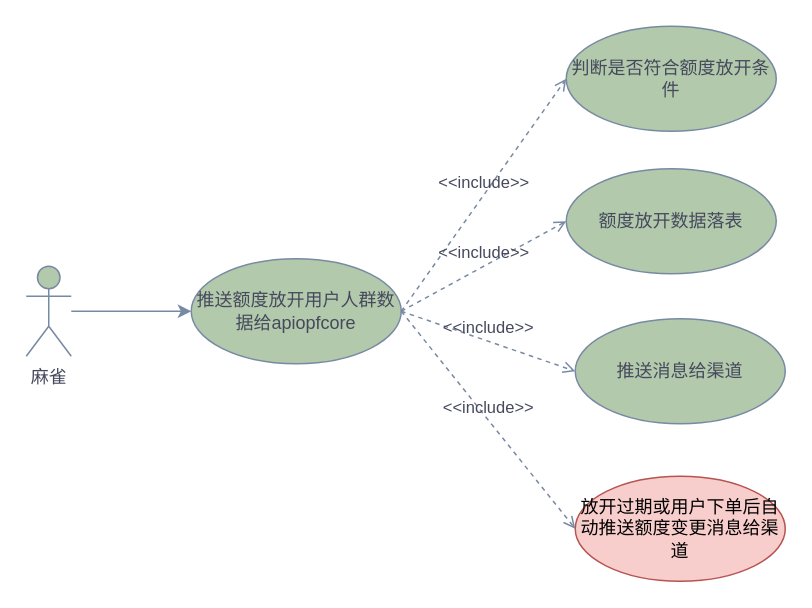
Above: api额度放开-业务用例图.drawio in yuanlj-tea/picgo (draw.io), before the change. Source tidied: cells renumbered, new cells numbered last; positions are measured from the earlier drawing's top-left corner, leaving out a move shared by most shapes. Both pictures are drawn from the tidied source at 150%, with x=0, y=0 at pixel (26, 26).
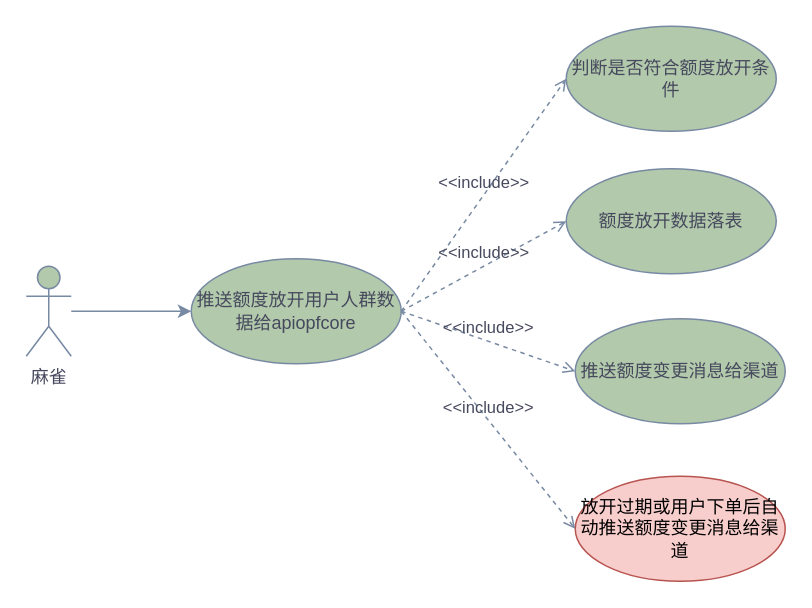
After the change.

Commit message (it also covers changes not shown here):
更新api额度放开-业务用例图.drawio

The edit, as a diff of the source:
```diff
@@
 <mxGraphModel>
   <root>
     <mxCell id="0" />
     <mxCell id="1" parent="0" />
     <mxCell id="2" style="edgeStyle=orthogonalEdgeStyle;rounded=0;jettySize=auto;html=1;entryX=0;entryY=0.5;entryDx=0;entryDy=0;strokeColor=#788AA3;fontColor=#46495D;fillColor=#B2C9AB;" parent="1" edge="1" source="3" target="4">
       <mxGeometry relative="1" as="geometry" />
     </mxCell>
     <mxCell id="3" value="麻雀" style="shape=umlActor;verticalLabelPosition=bottom;verticalAlign=top;html=1;strokeColor=#788AA3;fontColor=#46495D;fillColor=#B2C9AB;" parent="1" vertex="1">
       <mxGeometry y="160" width="30" height="60" as="geometry" />
     </mxCell>
     <mxCell id="4" value="推送额度放开用户人群数据给apiopfcore" style="ellipse;whiteSpace=wrap;html=1;strokeColor=#788AA3;fontColor=#46495D;fillColor=#B2C9AB;" parent="1" vertex="1">
       <mxGeometry x="110" y="155" width="140" height="70" as="geometry" />
     </mxCell>
     <mxCell id="5" value="判断是否符合额度放开条件" style="ellipse;whiteSpace=wrap;html=1;strokeColor=#788AA3;fontColor=#46495D;fillColor=#B2C9AB;" parent="1" vertex="1">
       <mxGeometry x="360" width="140" height="70" as="geometry" />
     </mxCell>
     <mxCell id="6" value="额度放开数据落表" style="ellipse;whiteSpace=wrap;html=1;strokeColor=#788AA3;fontColor=#46495D;fillColor=#B2C9AB;" parent="1" vertex="1">
       <mxGeometry x="360" y="95" width="140" height="70" as="geometry" />
     </mxCell>
-    <mxCell id="7" value="推送消息给渠道" style="ellipse;whiteSpace=wrap;html=1;strokeColor=#788AA3;fontColor=#46495D;fillColor=#B2C9AB;" parent="1" vertex="1">
+    <mxCell id="7" value="推送额度变更消息给渠道" style="ellipse;whiteSpace=wrap;html=1;strokeColor=#788AA3;fontColor=#46495D;fillColor=#B2C9AB;" parent="1" vertex="1">
       <mxGeometry x="366" y="195" width="140" height="70" as="geometry" />
     </mxCell>
     <mxCell id="8" value="放开过期或用户下单后自动推送额度变更消息给渠道" style="ellipse;whiteSpace=wrap;html=1;strokeColor=#b85450;fillColor=#f8cecc;" parent="1" vertex="1">
       <mxGeometry x="366" y="300" width="140" height="70" as="geometry" />
     </mxCell>
     <mxCell id="9" value="&amp;lt;&amp;lt;include&amp;gt;&amp;gt;" style="html=1;verticalAlign=bottom;labelBackgroundColor=none;endArrow=open;endFill=0;dashed=1;rounded=0;strokeColor=#788AA3;fontColor=#46495D;fillColor=#B2C9AB;exitX=1;exitY=0.5;exitDx=0;exitDy=0;entryX=0;entryY=0.5;entryDx=0;entryDy=0;" parent="1" edge="1" source="4" target="5">
       <mxGeometry relative="1" as="geometry" />
     </mxCell>
     <mxCell id="10" value="&amp;lt;&amp;lt;include&amp;gt;&amp;gt;" style="html=1;verticalAlign=bottom;labelBackgroundColor=none;endArrow=open;endFill=0;dashed=1;rounded=0;strokeColor=#788AA3;fontColor=#46495D;fillColor=#B2C9AB;entryX=0;entryY=0.5;entryDx=0;entryDy=0;" parent="1" edge="1" target="6">
       <mxGeometry relative="1" as="geometry">
         <mxPoint x="250" y="190" as="sourcePoint" />
       </mxGeometry>
     </mxCell>
     <mxCell id="11" value="&amp;lt;&amp;lt;include&amp;gt;&amp;gt;" style="html=1;verticalAlign=bottom;labelBackgroundColor=none;endArrow=open;endFill=0;dashed=1;rounded=0;strokeColor=#788AA3;fontColor=#46495D;fillColor=#B2C9AB;entryX=0;entryY=0.5;entryDx=0;entryDy=0;" parent="1" edge="1" target="7">
       <mxGeometry relative="1" as="geometry">
         <mxPoint x="250" y="190" as="sourcePoint" />
       </mxGeometry>
     </mxCell>
     <mxCell id="12" value="&amp;lt;&amp;lt;include&amp;gt;&amp;gt;" style="html=1;verticalAlign=bottom;labelBackgroundColor=none;endArrow=open;endFill=0;dashed=1;rounded=0;strokeColor=#788AA3;fontColor=#46495D;fillColor=#B2C9AB;entryX=0;entryY=0.5;entryDx=0;entryDy=0;exitX=1;exitY=0.5;exitDx=0;exitDy=0;" parent="1" edge="1" source="4" target="8">
       <mxGeometry relative="1" as="geometry" />
     </mxCell>
   </root>
 </mxGraphModel>
```
